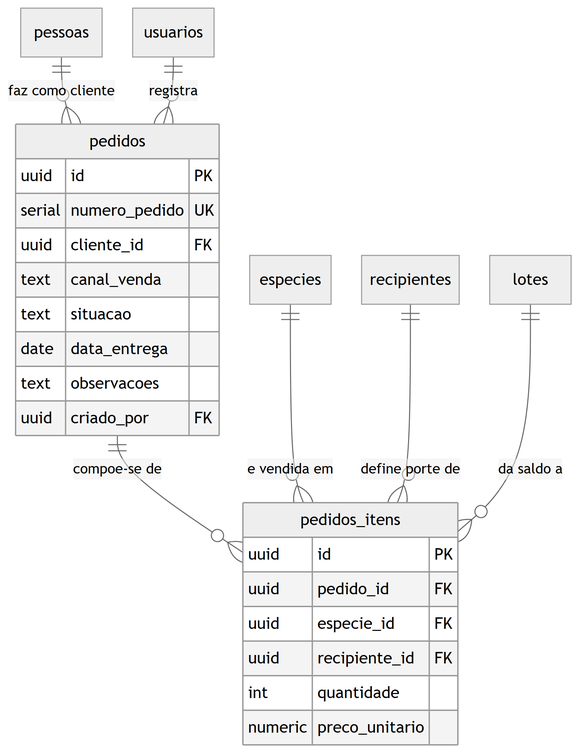
Above: docs/engenharia/modelo-dados-pt/img/fig17-comercial-pedido.png in JoaoMudar/tcc (Mermaid), before the change. Its source is kept beside it as docs/engenharia/modelo-dados-pt/mmd/fig17-comercial-pedido.mmd. Its diagram source:
```mermaid
erDiagram
  pedidos {
    uuid   id PK
    serial numero_pedido UK
    uuid   cliente_id FK
    text   canal_venda
    text   situacao
    date   data_entrega
    text   observacoes
    uuid   criado_por FK
  }
  pedidos_itens {
    uuid    id PK
    uuid    pedido_id FK
    uuid    especie_id FK
    uuid    recipiente_id FK
    int     quantidade
    numeric preco_unitario
  }
  pessoas {}
  especies {}
  recipientes {}
  usuarios {}
  lotes {}

  pedidos ||--o{ pedidos_itens : "compoe-se de"
  pessoas ||--o{ pedidos       : "faz como cliente"
  usuarios||--o{ pedidos       : "registra"
  especies    ||--o{ pedidos_itens : "e vendida em"
  recipientes ||--o{ pedidos_itens : "define porte de"
  lotes       ||--o{ pedidos_itens : "da saldo a"
```
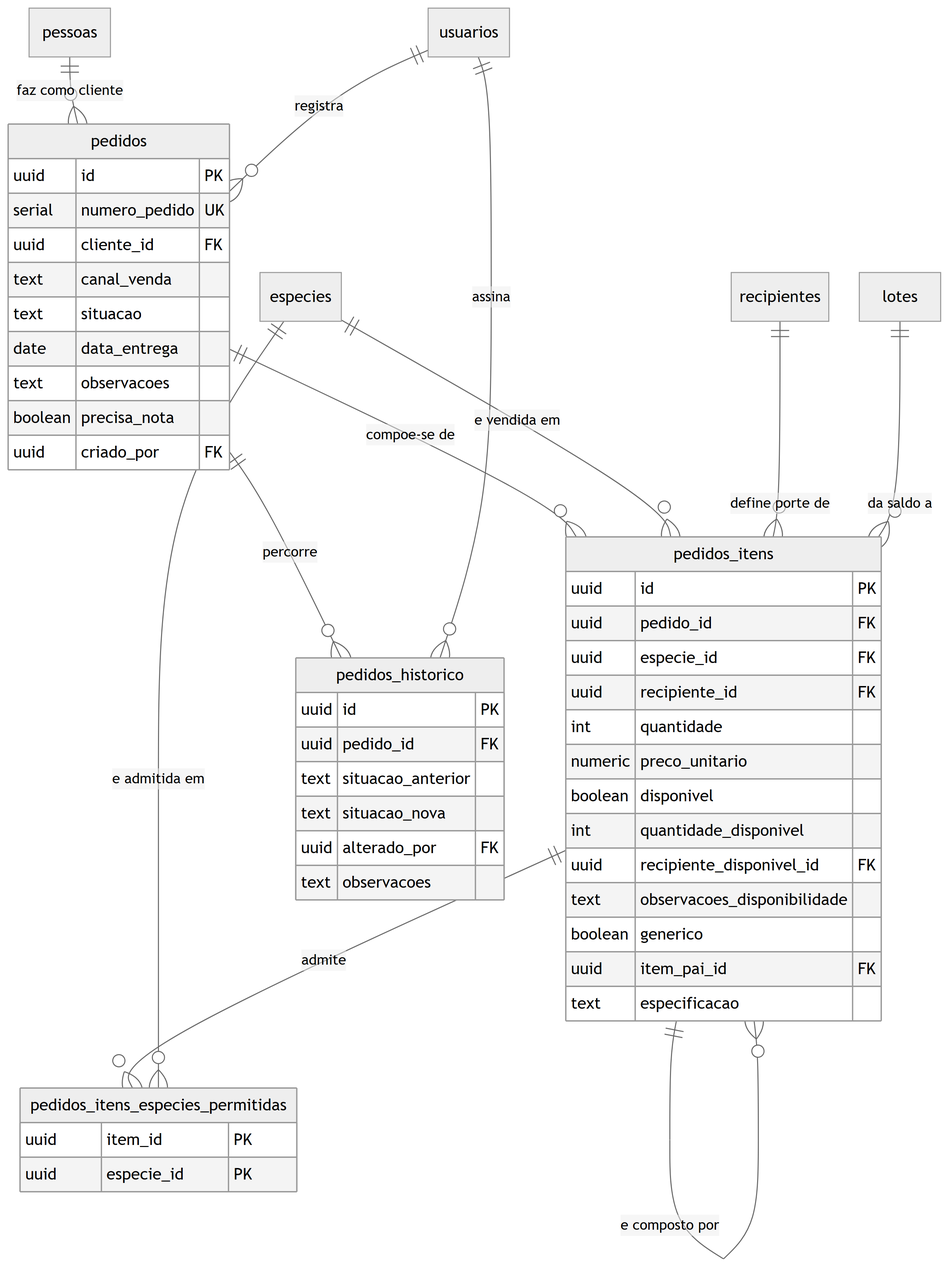
Above is the later version.

Diff of the diagram source:
```diff
@@ -7,6 +7,7 @@
     text   situacao
     date   data_entrega
     text   observacoes
+    boolean precisa_nota
     uuid   criado_por FK
   }
   pedidos_itens {
@@ -16,6 +17,25 @@
     uuid    recipiente_id FK
     int     quantidade
     numeric preco_unitario
+    boolean disponivel
+    int     quantidade_disponivel
+    uuid    recipiente_disponivel_id FK
+    text    observacoes_disponibilidade
+    boolean generico
+    uuid    item_pai_id FK
+    text    especificacao
+  }
+  pedidos_historico {
+    uuid id PK
+    uuid pedido_id FK
+    text situacao_anterior
+    text situacao_nova
+    uuid alterado_por FK
+    text observacoes
+  }
+  pedidos_itens_especies_permitidas {
+    uuid item_id PK
+    uuid especie_id PK
   }
   pessoas {}
   especies {}
@@ -29,3 +49,8 @@
   especies    ||--o{ pedidos_itens : "e vendida em"
   recipientes ||--o{ pedidos_itens : "define porte de"
   lotes       ||--o{ pedidos_itens : "da saldo a"
+  pedidos ||--o{ pedidos_historico : "percorre"
+  usuarios ||--o{ pedidos_historico : "assina"
+  pedidos_itens ||--o{ pedidos_itens : "e composto por"
+  pedidos_itens ||--o{ pedidos_itens_especies_permitidas : "admite"
+  especies ||--o{ pedidos_itens_especies_permitidas : "e admitida em"
```
